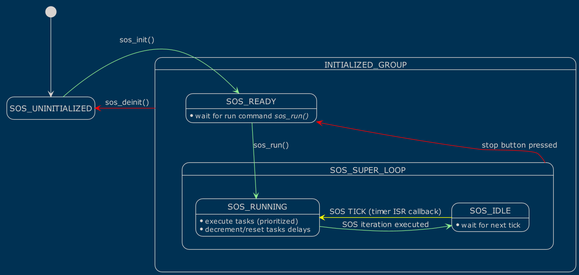
Earlier version of the PlantUML export Embedded SW Design/S_DYNAMIC_10 Design a Small OS/Assets/Diagrams - images/sos_state_machine.png (HossamElwahsh/sprints-automotive).
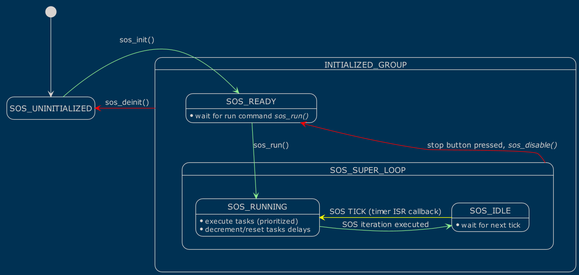
After the change.

Commit message:
update: sos state machine

What changed in the source:
```diff
@@ -26,7 +26,7 @@
         SOS_IDLE : * wait for next tick
     }
 
-    SOS_SUPER_LOOP -left[#red]-> SOS_READY : stop button pressed
+    SOS_SUPER_LOOP -left[#red]-> SOS_READY : stop button pressed, //sos_disable()//
 
 }
 
```
